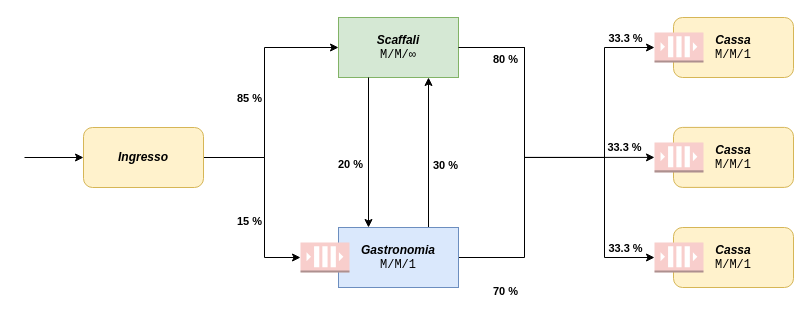
Before: imgs/modello_migliorato.drawio in CristianCosci/SupermarketSimulator, a draw.io diagram. Source tidied: cells renumbered, new cells numbered last; positions are measured from the earlier drawing's top-left corner, leaving out a move shared by most shapes. Both pictures are drawn from the tidied source at 100%, with x=0, y=0 at pixel (24, 17).
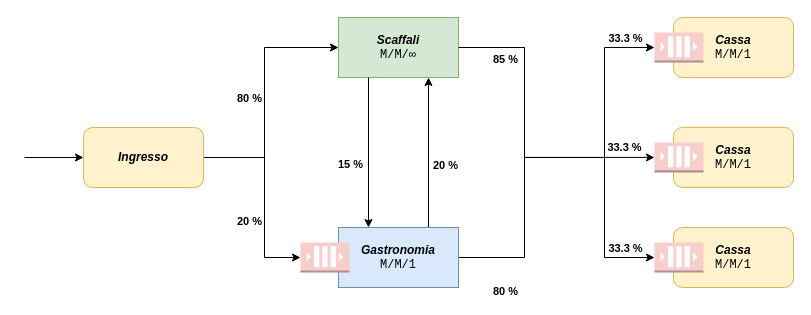
The same page after the edit.

Unchanged cells that the change refers to:
```xml
<mxCell id="2" style="rounded=0;jettySize=auto;html=1;entryX=0;entryY=0.5;entryDx=0;entryDy=0;exitX=1;exitY=0.5;exitDx=0;exitDy=0;edgeStyle=orthogonalEdgeStyle;" parent="1" edge="1" source="7" target="12">
  <mxGeometry relative="1" as="geometry">
    <Array as="points">
      <mxPoint x="240" y="140" />
      <mxPoint x="240" y="30" />
    </Array>
  </mxGeometry>
</mxCell>
<mxCell id="4" style="edgeStyle=orthogonalEdgeStyle;rounded=0;jettySize=auto;html=1;entryX=0;entryY=0.5;entryDx=0;entryDy=0;exitX=1;exitY=0.5;exitDx=0;exitDy=0;entryPerimeter=0;" parent="1" edge="1" source="7" target="24">
  <mxGeometry relative="1" as="geometry">
    <Array as="points">
      <mxPoint x="240" y="140" />
      <mxPoint x="240" y="240" />
    </Array>
  </mxGeometry>
</mxCell>
<mxCell id="8" style="edgeStyle=none;rounded=0;jettySize=auto;html=1;entryX=0.75;entryY=0;entryDx=0;entryDy=0;startArrow=classic;startFill=1;endArrow=none;endFill=0;exitX=0.75;exitY=1;exitDx=0;exitDy=0;" parent="1" edge="1" source="12" target="23">
  <mxGeometry relative="1" as="geometry" />
</mxCell>
<mxCell id="13" style="edgeStyle=none;rounded=0;jettySize=auto;html=1;entryX=0.25;entryY=1;entryDx=0;entryDy=0;startArrow=classic;startFill=1;endArrow=none;endFill=0;exitX=0.25;exitY=0;exitDx=0;exitDy=0;" parent="1" edge="1" source="23" target="12">
  <mxGeometry relative="1" as="geometry" />
</mxCell>
<mxCell id="16" style="edgeStyle=orthogonalEdgeStyle;rounded=0;jettySize=auto;html=1;startArrow=none;startFill=0;endArrow=classic;endFill=1;exitX=1;exitY=0.5;exitDx=0;exitDy=0;elbow=vertical;" parent="1" edge="1" source="12" target="27">
  <mxGeometry relative="1" as="geometry">
    <Array as="points">
      <mxPoint x="500" y="30" />
      <mxPoint x="500" y="140" />
      <mxPoint x="580" y="140" />
      <mxPoint x="580" y="30" />
    </Array>
  </mxGeometry>
</mxCell>
<mxCell id="19" style="edgeStyle=orthogonalEdgeStyle;rounded=0;jettySize=auto;html=1;startArrow=none;startFill=0;endArrow=classic;endFill=1;exitX=1;exitY=0.5;exitDx=0;exitDy=0;entryX=0;entryY=0.5;entryDx=0;entryDy=0;entryPerimeter=0;" parent="1" edge="1" source="23" target="30">
  <mxGeometry relative="1" as="geometry">
    <Array as="points">
      <mxPoint x="500" y="240" />
      <mxPoint x="500" y="140" />
    </Array>
  </mxGeometry>
</mxCell>
```

Change to the diagram source:
```diff
@@
-    <mxCell id="3" value="85 %" style="edgeLabel;html=1;align=center;verticalAlign=middle;fontStyle=1;" parent="2" vertex="1">
+    <mxCell id="3" value="80 %" style="edgeLabel;html=1;align=center;verticalAlign=middle;fontStyle=1;" parent="2" vertex="1">
       <mxGeometry x="-0.13" y="-2" relative="1" as="geometry">
         <mxPoint x="-18" y="-14" as="offset" />
       </mxGeometry>
     </mxCell>
@@
-    <mxCell id="5" value="15 %" style="edgeLabel;html=1;align=center;verticalAlign=middle;fontStyle=1;" parent="4" vertex="1">
+    <mxCell id="5" value="20 %" style="edgeLabel;html=1;align=center;verticalAlign=middle;fontStyle=1;" parent="4" vertex="1">
       <mxGeometry x="0.13" y="-1" relative="1" as="geometry">
         <mxPoint x="-15" y="13" as="offset" />
       </mxGeometry>
     </mxCell>
@@
-    <mxCell id="9" value="30 %" style="edgeLabel;html=1;align=center;verticalAlign=middle;rotation=0;fontStyle=1;" parent="8" vertex="1">
+    <mxCell id="9" value="20 %" style="edgeLabel;html=1;align=center;verticalAlign=middle;rotation=0;fontStyle=1;" parent="8" vertex="1">
       <mxGeometry x="0.16" y="1" relative="1" as="geometry">
         <mxPoint x="15" as="offset" />
       </mxGeometry>
     </mxCell>
@@
-    <mxCell id="14" value="20 %" style="edgeLabel;html=1;align=center;verticalAlign=middle;fontStyle=1;" parent="13" vertex="1">
+    <mxCell id="14" value="15 %" style="edgeLabel;html=1;align=center;verticalAlign=middle;fontStyle=1;" parent="13" vertex="1">
       <mxGeometry x="-0.15" y="-1" relative="1" as="geometry">
         <mxPoint x="-20" as="offset" />
       </mxGeometry>
     </mxCell>
@@
-    <mxCell id="17" value="80 %" style="edgeLabel;html=1;align=center;verticalAlign=middle;fontStyle=1;" parent="16" vertex="1">
+    <mxCell id="17" value="85 %" style="edgeLabel;html=1;align=center;verticalAlign=middle;fontStyle=1;" parent="16" vertex="1">
       <mxGeometry x="-0.17" relative="1" as="geometry">
         <mxPoint x="-20" y="-96" as="offset" />
       </mxGeometry>
     </mxCell>
@@
-    <mxCell id="20" value="70 %" style="edgeLabel;html=1;align=center;verticalAlign=middle;fontStyle=1;" parent="19" vertex="1">
+    <mxCell id="20" value="80 %" style="edgeLabel;html=1;align=center;verticalAlign=middle;fontStyle=1;" parent="19" vertex="1">
       <mxGeometry x="-0.27" y="-2" relative="1" as="geometry">
         <mxPoint x="-22" y="75" as="offset" />
       </mxGeometry>
     </mxCell>
```
